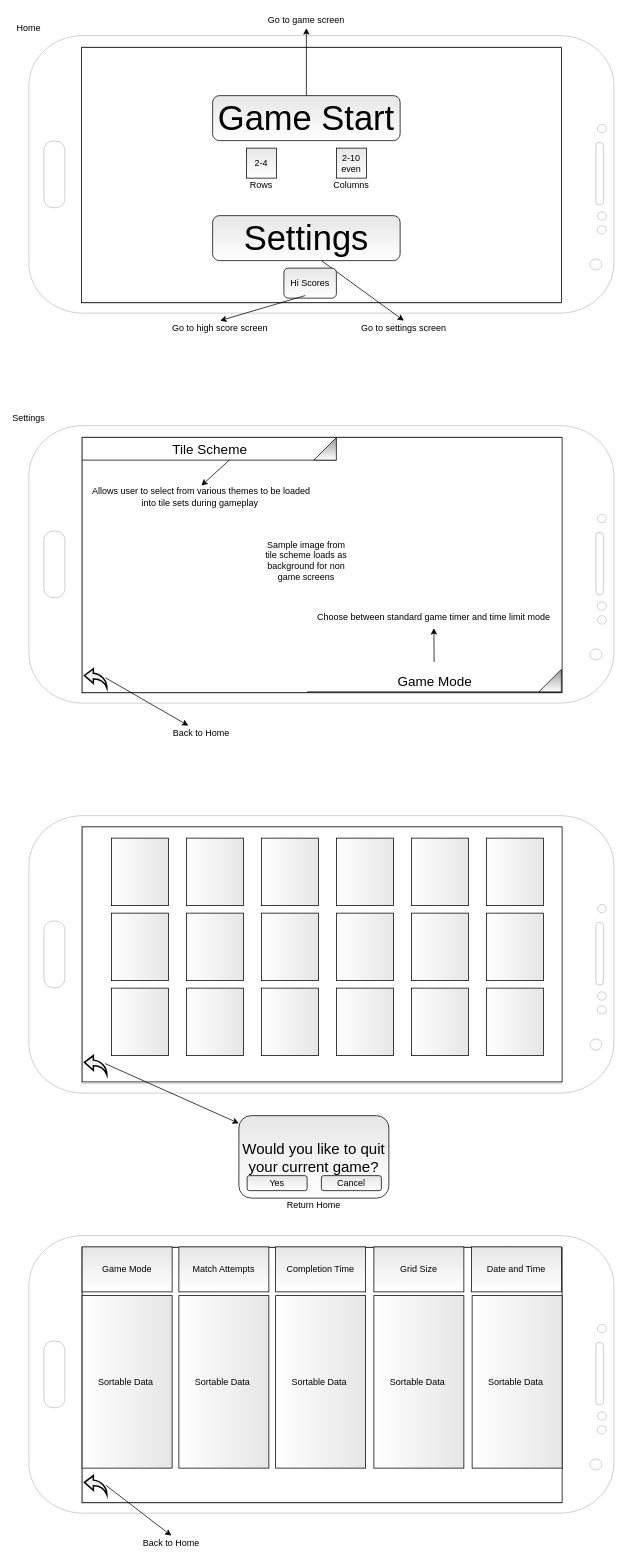
Above: docs/work/wireframe.drawio in ddc-java-13/tile-match (draw.io), before the change. Source tidied: cells renumbered, new cells numbered last; positions are measured from the earlier drawing's top-left corner, leaving out a move shared by most shapes. Both pictures are drawn from the tidied source at 75%, with x=0, y=0 at pixel (14, 13).
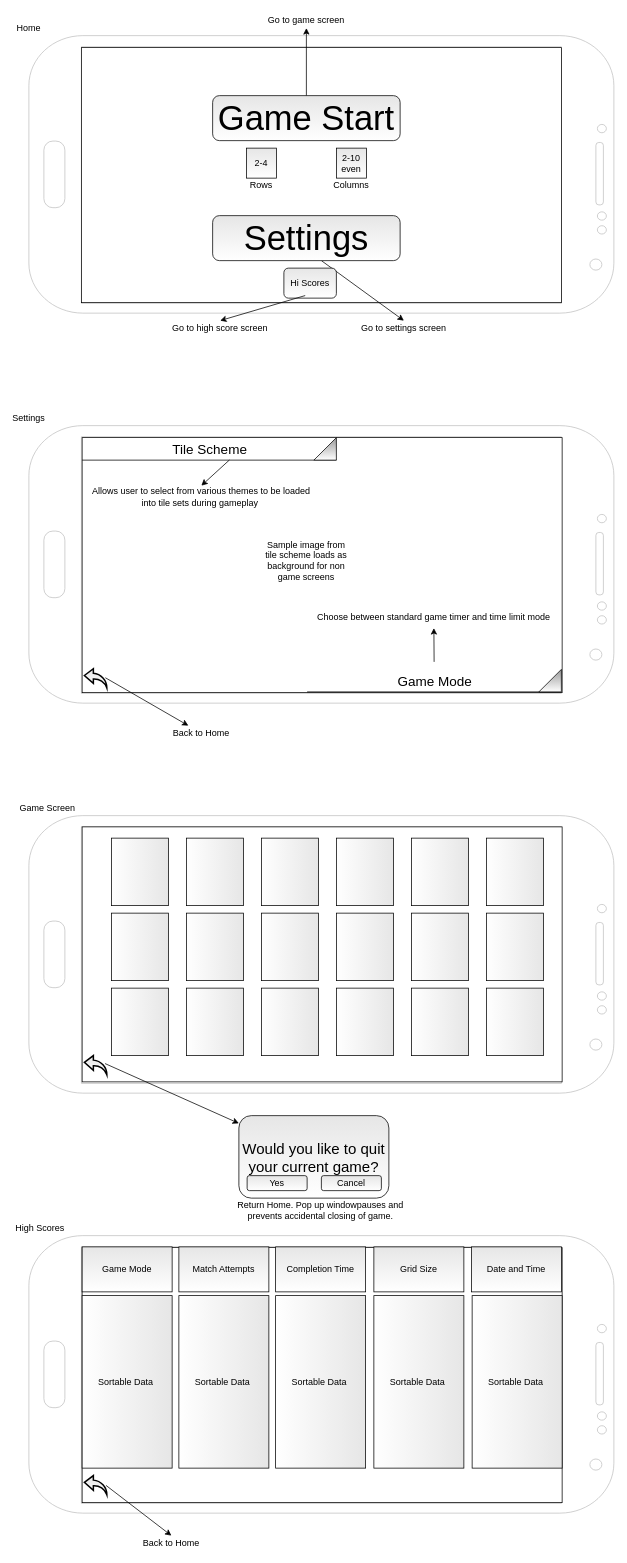
The same page after the edit.

The edit, as a diff of the source:
```diff
@@
-    <mxCell id="33" value="Return Home" style="text;html=1;strokeColor=none;fillColor=none;align=center;verticalAlign=middle;whiteSpace=wrap;rounded=0;shadow=0;sketch=0;fontColor=#000000;" parent="1" vertex="1">
-      <mxGeometry x="355" y="1580" width="90" height="20" as="geometry" />
+    <mxCell id="33" value="Return Home. Pop up windowpauses and prevents accidental closing of game." style="text;html=1;strokeColor=none;fillColor=none;align=center;verticalAlign=middle;whiteSpace=wrap;rounded=0;shadow=0;sketch=0;fontColor=#000000;" parent="1" vertex="1">
+      <mxGeometry x="294" y="1586" width="230" height="20" as="geometry" />
     </mxCell>
@@
+    <mxCell id="72" value="Game Screen" style="text;html=1;strokeColor=none;fillColor=none;align=center;verticalAlign=middle;whiteSpace=wrap;rounded=0;" parent="1" vertex="1">
+      <mxGeometry y="1050" width="90" height="20" as="geometry" />
+    </mxCell>
+    <mxCell id="73" value="High Scores" style="text;html=1;strokeColor=none;fillColor=none;align=center;verticalAlign=middle;whiteSpace=wrap;rounded=0;" parent="1" vertex="1">
+      <mxGeometry y="1610" width="70" height="20" as="geometry" />
+    </mxCell>
```
